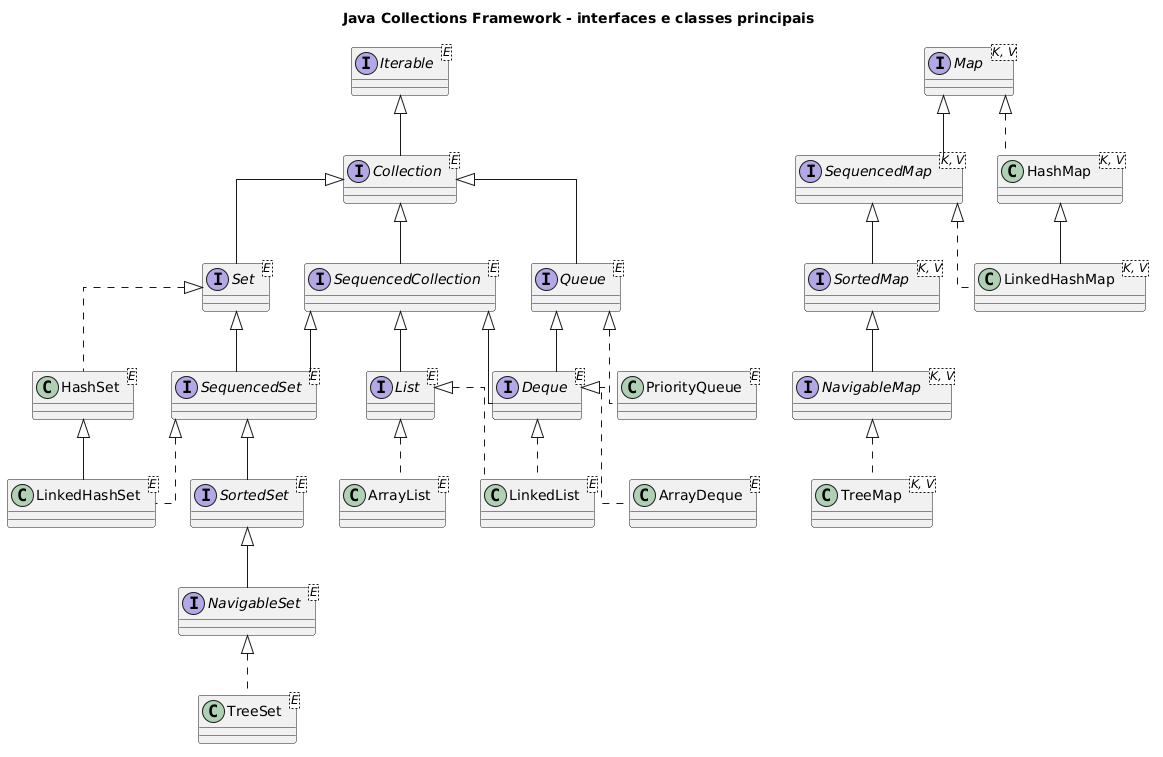
This is subjects/poo/images/11-classes.png from fabriciosantana/idp-marp-slides, a PlantUML export, as it was before one commit.
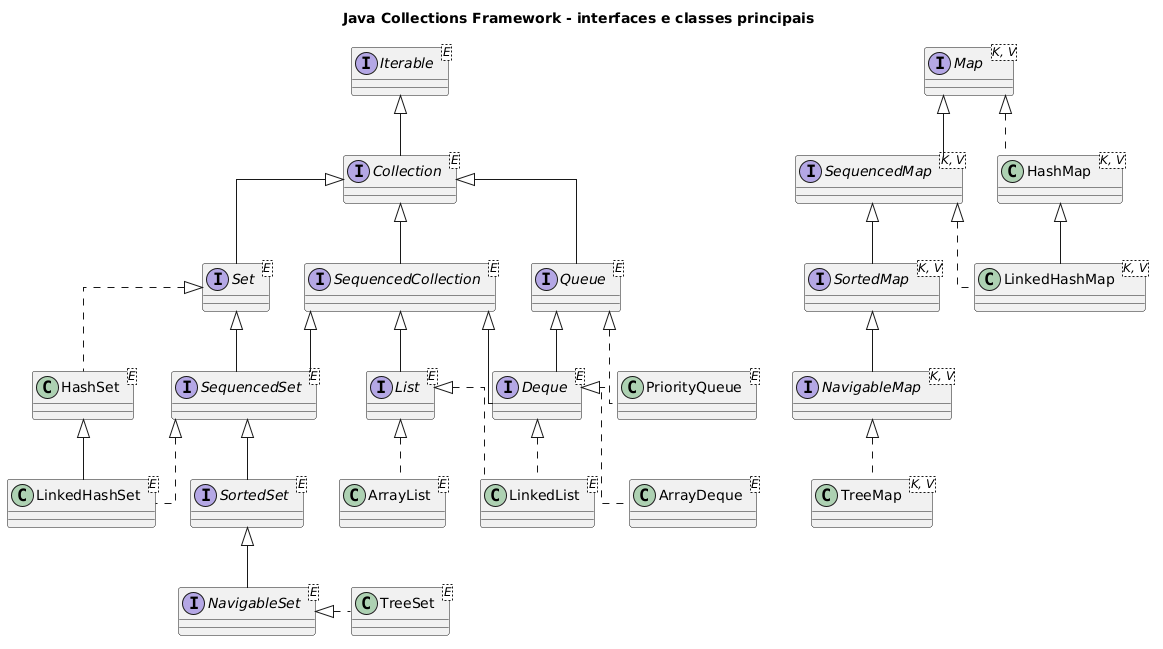
After the change.

Commit message:
ajuste fino

What changed in the source:
```diff
@@ -62,7 +62,7 @@
 Set <|.. HashSet
 SequencedSet <|.. LinkedHashSet
 HashSet <|-- LinkedHashSet
-NavigableSet <|.. TreeSet
+NavigableSet <|.right. TreeSet
 
 Queue <|.. PriorityQueue
 Deque <|.. ArrayDeque
```
